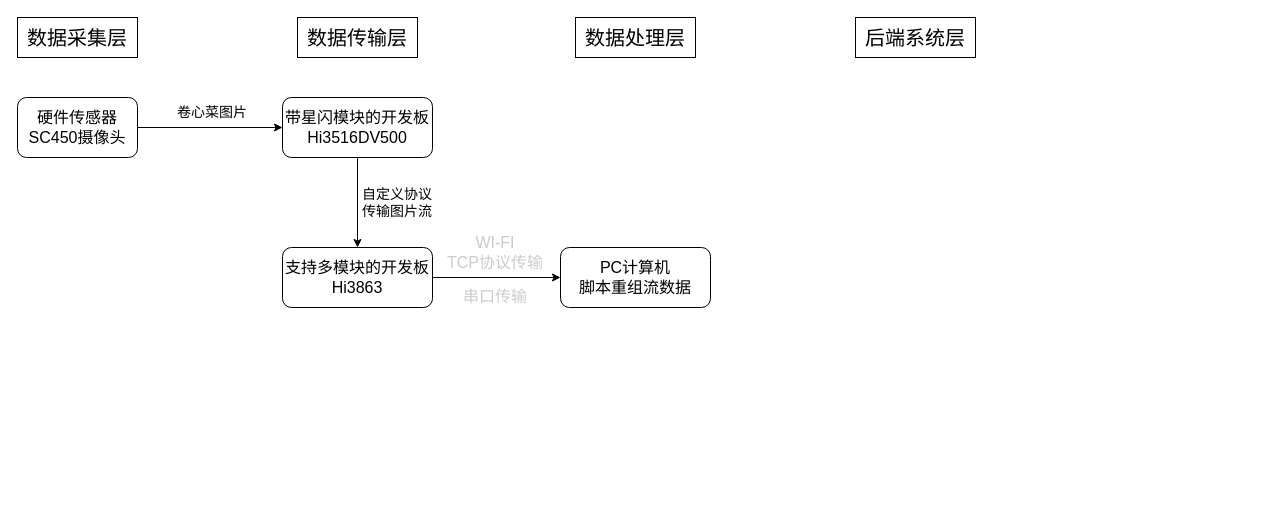
Above: grad-design/v1.0.drawio in aluebo/draw.io (draw.io), before the change. Source tidied: cells renumbered, new cells numbered last; positions are measured from the earlier drawing's top-left corner, leaving out a move shared by most shapes. Both pictures are drawn from the tidied source at 100%, with x=0, y=0 at pixel (17, 17).
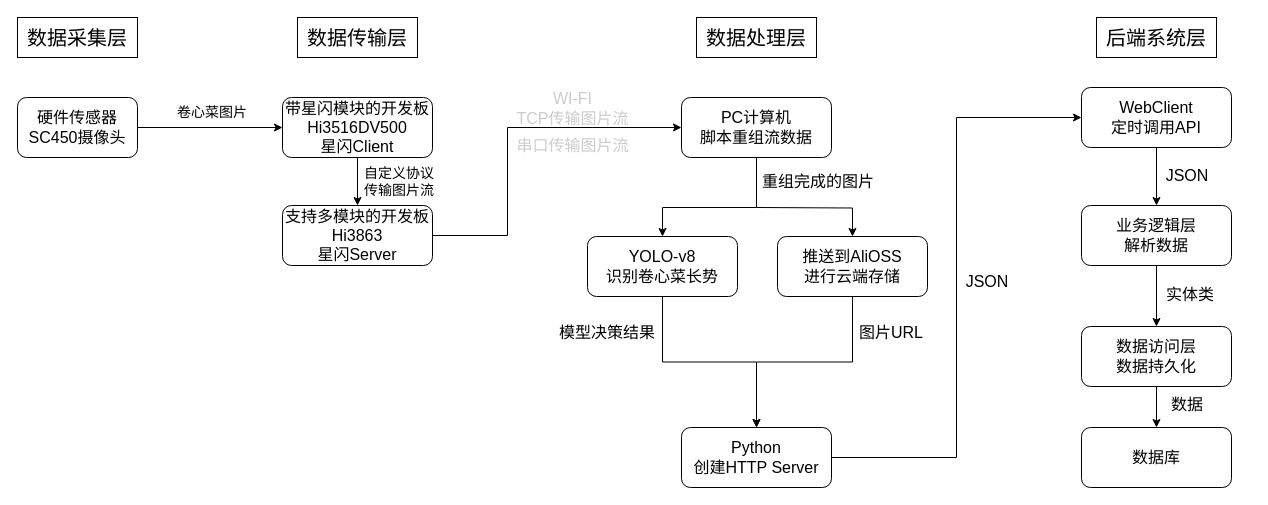
After the change.

Change to the diagram source:
```diff
@@
     <mxCell id="4" value="&lt;font style=&quot;font-size: 20px;&quot;&gt;数据处理层&lt;/font&gt;" style="rounded=0;whiteSpace=wrap;html=1;" parent="1" vertex="1">
-      <mxGeometry x="558" width="120" height="40" as="geometry" />
+      <mxGeometry x="679" width="120" height="40" as="geometry" />
     </mxCell>
     <mxCell id="5" value="&lt;font style=&quot;font-size: 20px;&quot;&gt;后端系统层&lt;/font&gt;" style="rounded=0;whiteSpace=wrap;html=1;" parent="1" vertex="1">
-      <mxGeometry x="838" width="120" height="40" as="geometry" />
+      <mxGeometry x="1079" width="120" height="40" as="geometry" />
     </mxCell>
@@
-    <mxCell id="9" value="&lt;div&gt;&lt;font style=&quot;font-size: 16px;&quot;&gt;带星闪模块的开发板&lt;/font&gt;&lt;/div&gt;&lt;font style=&quot;font-size: 16px;&quot;&gt;Hi3516DV500&lt;/font&gt;" style="rounded=1;whiteSpace=wrap;html=1;" parent="1" vertex="1">
+    <mxCell id="9" value="&lt;div&gt;&lt;font style=&quot;font-size: 16px;&quot;&gt;带星闪模块的开发板&lt;/font&gt;&lt;/div&gt;&lt;font style=&quot;font-size: 16px;&quot;&gt;Hi3516DV500&lt;/font&gt;&lt;div&gt;&lt;font style=&quot;font-size: 16px;&quot;&gt;星闪Client&lt;/font&gt;&lt;/div&gt;" style="rounded=1;whiteSpace=wrap;html=1;" parent="1" vertex="1">
       <mxGeometry x="265" y="80" width="150" height="60" as="geometry" />
     </mxCell>
@@
     <mxCell id="11" style="edgeStyle=orthogonalEdgeStyle;rounded=0;jettySize=auto;html=1;entryX=0;entryY=0.5;entryDx=0;entryDy=0;" parent="1" edge="1" source="12" target="14">
-      <mxGeometry relative="1" as="geometry" />
+      <mxGeometry relative="1" as="geometry">
+        <Array as="points">
+          <mxPoint x="490" y="218" />
+          <mxPoint x="490" y="110" />
+        </Array>
+      </mxGeometry>
     </mxCell>
-    <mxCell id="12" value="&lt;div&gt;&lt;font style=&quot;font-size: 16px;&quot;&gt;支持多模块的开发板&lt;/font&gt;&lt;/div&gt;&lt;span style=&quot;font-size: 16px;&quot;&gt;Hi3863&lt;/span&gt;" style="rounded=1;whiteSpace=wrap;html=1;" parent="1" vertex="1">
-      <mxGeometry x="265" y="230" width="150" height="60" as="geometry" />
+    <mxCell id="12" value="&lt;div&gt;&lt;font style=&quot;font-size: 16px;&quot;&gt;支持多模块的开发板&lt;/font&gt;&lt;/div&gt;&lt;span style=&quot;font-size: 16px;&quot;&gt;Hi3863&lt;/span&gt;&lt;div&gt;&lt;span style=&quot;font-size: 16px;&quot;&gt;星闪Server&lt;/span&gt;&lt;/div&gt;" style="rounded=1;whiteSpace=wrap;html=1;" parent="1" vertex="1">
+      <mxGeometry x="265" y="188" width="150" height="60" as="geometry" />
     </mxCell>
     <mxCell id="13" value="&lt;span style=&quot;font-size: 14px;&quot;&gt;自定义协议传输图片流&lt;/span&gt;" style="text;html=1;whiteSpace=wrap;strokeColor=none;fillColor=none;align=center;verticalAlign=middle;rounded=0;" parent="1" vertex="1">
-      <mxGeometry x="340" y="170" width="80" height="30" as="geometry" />
+      <mxGeometry x="342" y="149" width="80" height="30" as="geometry" />
     </mxCell>
+    <mxCell id="17" style="edgeStyle=orthogonalEdgeStyle;rounded=0;jettySize=auto;html=1;entryX=0.5;entryY=0;entryDx=0;entryDy=0;" parent="1" edge="1" source="14" target="20">
+      <mxGeometry relative="1" as="geometry">
+        <Array as="points">
+          <mxPoint x="739" y="190" />
+          <mxPoint x="645" y="190" />
+        </Array>
+      </mxGeometry>
+    </mxCell>
+    <mxCell id="18" style="edgeStyle=orthogonalEdgeStyle;rounded=0;jettySize=auto;html=1;entryX=0.5;entryY=0;entryDx=0;entryDy=0;" parent="1" edge="1" target="32">
+      <mxGeometry relative="1" as="geometry">
+        <mxPoint x="739" y="190" as="sourcePoint" />
+      </mxGeometry>
+    </mxCell>
     <mxCell id="14" value="&lt;span style=&quot;font-size: 16px;&quot;&gt;PC计算机&lt;/span&gt;&lt;div&gt;&lt;span style=&quot;font-size: 16px;&quot;&gt;脚本重组流数据&lt;/span&gt;&lt;/div&gt;" style="rounded=1;whiteSpace=wrap;html=1;" parent="1" vertex="1">
-      <mxGeometry x="543" y="230" width="150" height="60" as="geometry" />
+      <mxGeometry x="664" y="80" width="150" height="60" as="geometry" />
     </mxCell>
-    <mxCell id="15" value="&lt;font style=&quot;font-size: 16px; color: rgb(204, 204, 204);&quot;&gt;WI-FI&lt;/font&gt;&lt;div&gt;&lt;font style=&quot;font-size: 16px; color: rgb(204, 204, 204);&quot;&gt;TCP协议传输&lt;/font&gt;&lt;/div&gt;" style="text;html=1;whiteSpace=wrap;strokeColor=none;fillColor=none;align=center;verticalAlign=middle;rounded=0;" parent="1" vertex="1">
-      <mxGeometry x="423" y="220" width="110" height="30" as="geometry" />
+    <mxCell id="15" value="&lt;font style=&quot;font-size: 16px; color: rgb(204, 204, 204);&quot;&gt;WI-FI&lt;/font&gt;&lt;div&gt;&lt;font style=&quot;font-size: 16px; color: rgb(204, 204, 204);&quot;&gt;TCP传输图片流&lt;/font&gt;&lt;/div&gt;" style="text;html=1;whiteSpace=wrap;strokeColor=none;fillColor=none;align=center;verticalAlign=middle;rounded=0;" parent="1" vertex="1">
+      <mxGeometry x="497" y="76" width="117" height="30" as="geometry" />
     </mxCell>
-    <mxCell id="16" value="&lt;span style=&quot;color: light-dark(rgb(204, 204, 204), rgb(62, 62, 62)); font-size: 16px; background-color: transparent;&quot;&gt;串口传输&lt;/span&gt;" style="text;html=1;whiteSpace=wrap;strokeColor=none;fillColor=none;align=center;verticalAlign=middle;rounded=0;" parent="1" vertex="1">
-      <mxGeometry x="423" y="264" width="110" height="30" as="geometry" />
+    <mxCell id="16" value="&lt;span style=&quot;color: light-dark(rgb(204, 204, 204), rgb(62, 62, 62)); font-size: 16px; background-color: transparent;&quot;&gt;串口传输图片流&lt;/span&gt;" style="text;html=1;whiteSpace=wrap;strokeColor=none;fillColor=none;align=center;verticalAlign=middle;rounded=0;" parent="1" vertex="1">
+      <mxGeometry x="497" y="113" width="117" height="30" as="geometry" />
     </mxCell>
+    <mxCell id="19" style="edgeStyle=orthogonalEdgeStyle;rounded=0;jettySize=auto;html=1;entryX=0.5;entryY=0;entryDx=0;entryDy=0;" parent="1" edge="1" source="20" target="23">
+      <mxGeometry relative="1" as="geometry" />
+    </mxCell>
+    <mxCell id="20" value="&lt;span style=&quot;font-size: 16px;&quot;&gt;YOLO-v8&lt;/span&gt;&lt;div&gt;&lt;span style=&quot;font-size: 16px;&quot;&gt;识别卷心菜长势&lt;/span&gt;&lt;/div&gt;" style="rounded=1;whiteSpace=wrap;html=1;" parent="1" vertex="1">
+      <mxGeometry x="570" y="219" width="150" height="60" as="geometry" />
+    </mxCell>
+    <mxCell id="21" value="&lt;font style=&quot;font-size: 16px;&quot;&gt;重组完成的图片&lt;/font&gt;" style="text;html=1;whiteSpace=wrap;strokeColor=none;fillColor=none;align=center;verticalAlign=middle;rounded=0;" parent="1" vertex="1">
+      <mxGeometry x="741" y="149" width="120" height="30" as="geometry" />
+    </mxCell>
+    <mxCell id="22" style="edgeStyle=orthogonalEdgeStyle;rounded=0;jettySize=auto;html=1;entryX=0;entryY=0.5;entryDx=0;entryDy=0;" parent="1" edge="1" source="23" target="25">
+      <mxGeometry relative="1" as="geometry" />
+    </mxCell>
+    <mxCell id="23" value="&lt;span style=&quot;font-size: 16px; background-color: transparent; color: light-dark(rgb(0, 0, 0), rgb(255, 255, 255));&quot;&gt;Python&lt;/span&gt;&lt;div&gt;&lt;div&gt;&lt;span style=&quot;font-size: 16px; background-color: transparent; color: light-dark(rgb(0, 0, 0), rgb(255, 255, 255));&quot;&gt;创建HTTP Server&lt;/span&gt;&lt;/div&gt;&lt;/div&gt;" style="rounded=1;whiteSpace=wrap;html=1;" parent="1" vertex="1">
+      <mxGeometry x="664" y="410" width="150" height="60" as="geometry" />
+    </mxCell>
+    <mxCell id="24" style="edgeStyle=orthogonalEdgeStyle;rounded=0;jettySize=auto;html=1;entryX=0.5;entryY=0;entryDx=0;entryDy=0;" parent="1" edge="1" source="25" target="28">
+      <mxGeometry relative="1" as="geometry" />
+    </mxCell>
+    <mxCell id="25" value="&lt;span style=&quot;font-size: 16px;&quot;&gt;WebClient&lt;/span&gt;&lt;div&gt;&lt;span style=&quot;font-size: 16px;&quot;&gt;定时调用API&lt;/span&gt;&lt;/div&gt;" style="rounded=1;whiteSpace=wrap;html=1;" parent="1" vertex="1">
+      <mxGeometry x="1064" y="70" width="150" height="60" as="geometry" />
+    </mxCell>
+    <mxCell id="26" value="&lt;span style=&quot;font-size: 16px;&quot;&gt;JSON&lt;/span&gt;" style="text;html=1;whiteSpace=wrap;strokeColor=none;fillColor=none;align=center;verticalAlign=middle;rounded=0;" parent="1" vertex="1">
+      <mxGeometry x="910" y="249" width="120" height="30" as="geometry" />
+    </mxCell>
+    <mxCell id="27" style="edgeStyle=orthogonalEdgeStyle;rounded=0;jettySize=auto;html=1;entryX=0.5;entryY=0;entryDx=0;entryDy=0;" parent="1" edge="1" source="28" target="30">
+      <mxGeometry relative="1" as="geometry" />
+    </mxCell>
+    <mxCell id="28" value="&lt;span style=&quot;font-size: 16px;&quot;&gt;业务逻辑层&lt;/span&gt;&lt;div&gt;&lt;span style=&quot;font-size: 16px;&quot;&gt;解析数据&lt;/span&gt;&lt;/div&gt;" style="rounded=1;whiteSpace=wrap;html=1;" parent="1" vertex="1">
+      <mxGeometry x="1064" y="188" width="150" height="60" as="geometry" />
+    </mxCell>
+    <mxCell id="29" style="edgeStyle=orthogonalEdgeStyle;rounded=0;jettySize=auto;html=1;" parent="1" edge="1" source="30" target="37">
+      <mxGeometry relative="1" as="geometry" />
+    </mxCell>
+    <mxCell id="30" value="&lt;span style=&quot;font-size: 16px;&quot;&gt;数据访问层&lt;/span&gt;&lt;div&gt;&lt;span style=&quot;font-size: 16px;&quot;&gt;数据持久化&lt;/span&gt;&lt;/div&gt;" style="rounded=1;whiteSpace=wrap;html=1;" parent="1" vertex="1">
+      <mxGeometry x="1064" y="309" width="150" height="60" as="geometry" />
+    </mxCell>
+    <mxCell id="31" style="edgeStyle=orthogonalEdgeStyle;rounded=0;jettySize=auto;html=1;entryX=0.5;entryY=0;entryDx=0;entryDy=0;" parent="1" edge="1" source="32" target="23">
+      <mxGeometry relative="1" as="geometry" />
+    </mxCell>
+    <mxCell id="32" value="&lt;span style=&quot;font-size: 16px;&quot;&gt;推送到AliOSS&lt;/span&gt;&lt;div&gt;&lt;span style=&quot;font-size: 16px;&quot;&gt;进行云端存储&lt;/span&gt;&lt;/div&gt;" style="rounded=1;whiteSpace=wrap;html=1;" parent="1" vertex="1">
+      <mxGeometry x="760" y="219" width="150" height="60" as="geometry" />
+    </mxCell>
+    <mxCell id="33" value="&lt;span style=&quot;font-size: 16px; background-color: transparent; color: light-dark(rgb(0, 0, 0), rgb(255, 255, 255));&quot;&gt;模型决策结果&lt;/span&gt;" style="text;html=1;whiteSpace=wrap;strokeColor=none;fillColor=none;align=center;verticalAlign=middle;rounded=0;" parent="1" vertex="1">
+      <mxGeometry x="530" y="300" width="120" height="30" as="geometry" />
+    </mxCell>
+    <mxCell id="34" value="&lt;span style=&quot;font-size: 16px;&quot;&gt;图片URL&lt;/span&gt;" style="text;html=1;whiteSpace=wrap;strokeColor=none;fillColor=none;align=center;verticalAlign=middle;rounded=0;" parent="1" vertex="1">
+      <mxGeometry x="814" y="300" width="120" height="30" as="geometry" />
+    </mxCell>
+    <mxCell id="35" value="&lt;span style=&quot;font-size: 16px;&quot;&gt;JSON&lt;/span&gt;" style="text;html=1;whiteSpace=wrap;strokeColor=none;fillColor=none;align=center;verticalAlign=middle;rounded=0;" parent="1" vertex="1">
+      <mxGeometry x="1110" y="143" width="120" height="30" as="geometry" />
+    </mxCell>
+    <mxCell id="36" value="&lt;span style=&quot;font-size: 16px;&quot;&gt;实体类&lt;/span&gt;" style="text;html=1;whiteSpace=wrap;strokeColor=none;fillColor=none;align=center;verticalAlign=middle;rounded=0;" parent="1" vertex="1">
+      <mxGeometry x="1113" y="262" width="120" height="30" as="geometry" />
+    </mxCell>
+    <mxCell id="37" value="&lt;span style=&quot;font-size: 16px;&quot;&gt;数据库&lt;/span&gt;" style="rounded=1;whiteSpace=wrap;html=1;" parent="1" vertex="1">
+      <mxGeometry x="1064" y="410" width="150" height="60" as="geometry" />
+    </mxCell>
+    <mxCell id="38" value="&lt;span style=&quot;font-size: 16px;&quot;&gt;数据&lt;/span&gt;" style="text;html=1;whiteSpace=wrap;strokeColor=none;fillColor=none;align=center;verticalAlign=middle;rounded=0;" parent="1" vertex="1">
+      <mxGeometry x="1110" y="372" width="120" height="30" as="geometry" />
+    </mxCell>
```
